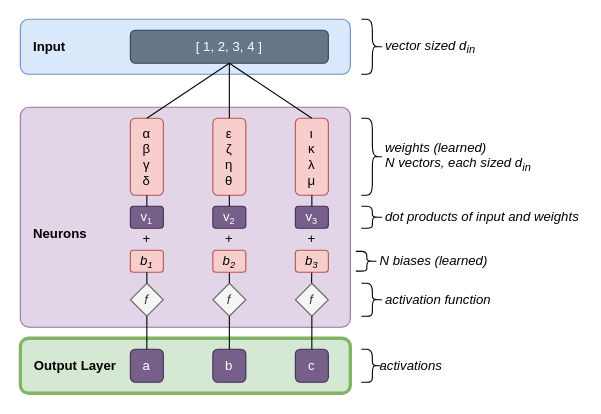
Above: book/images/ffn/overview.drawio in yshavit/llm-notes (draw.io), before the change. Source tidied: cells renumbered, new cells numbered last; positions are measured from the earlier drawing's top-left corner, leaving out a move shared by most shapes. Both pictures are drawn from the tidied source at 110%, with x=0, y=0 at pixel (20, 19).
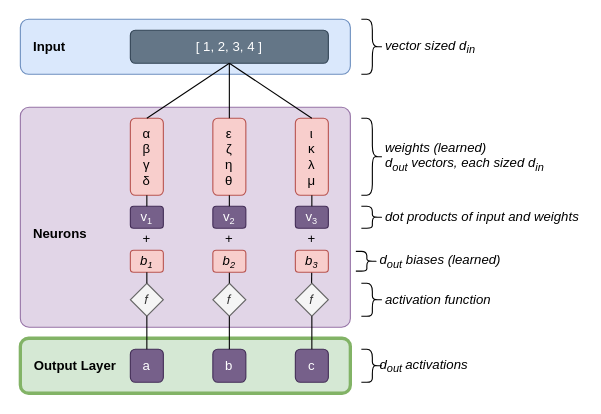
The same diagram, later.

The edit, as a diff of the source:
```diff
@@
-    <mxCell id="14" value="&lt;div style=&quot;&quot;&gt;&lt;i style=&quot;background-color: transparent; color: light-dark(rgb(0, 0, 0), rgb(255, 255, 255));&quot;&gt;activations&lt;/i&gt;&lt;/div&gt;" style="text;html=1;whiteSpace=wrap;strokeColor=none;fillColor=none;align=left;verticalAlign=middle;rounded=0;" parent="1" vertex="1">
+    <mxCell id="14" value="&lt;div style=&quot;&quot;&gt;&lt;i style=&quot;background-color: transparent; color: light-dark(rgb(0, 0, 0), rgb(255, 255, 255));&quot;&gt;d&lt;sub&gt;out&amp;nbsp;&lt;/sub&gt;activations&lt;/i&gt;&lt;/div&gt;" style="text;html=1;whiteSpace=wrap;strokeColor=none;fillColor=none;align=left;verticalAlign=middle;rounded=0;" parent="1" vertex="1">
       <mxGeometry x="325" y="300" width="140" height="30" as="geometry" />
     </mxCell>
@@
-    <mxCell id="29" value="&lt;div style=&quot;&quot;&gt;&lt;i&gt;N biases (learned)&lt;/i&gt;&lt;/div&gt;" style="text;html=1;whiteSpace=wrap;strokeColor=none;fillColor=none;align=left;verticalAlign=middle;rounded=0;" parent="1" vertex="1">
-      <mxGeometry x="325" y="205" width="110" height="30" as="geometry" />
+    <mxCell id="29" value="&lt;div style=&quot;&quot;&gt;&lt;i&gt;d&lt;sub&gt;out&lt;/sub&gt; biases (learned)&lt;/i&gt;&lt;/div&gt;" style="text;html=1;whiteSpace=wrap;strokeColor=none;fillColor=none;align=left;verticalAlign=middle;rounded=0;" parent="1" vertex="1">
+      <mxGeometry x="325" y="205" width="145" height="30" as="geometry" />
     </mxCell>
@@
-    <mxCell id="33" value="&lt;div style=&quot;&quot;&gt;&lt;i&gt;weights (learned)&lt;/i&gt;&lt;/div&gt;&lt;div style=&quot;&quot;&gt;&lt;i&gt;N vectors, each sized d&lt;sub&gt;in&lt;/sub&gt;&lt;/i&gt;&lt;/div&gt;" style="text;html=1;whiteSpace=wrap;strokeColor=none;fillColor=none;align=left;verticalAlign=middle;rounded=0;" parent="1" vertex="1">
-      <mxGeometry x="330" y="110" width="140" height="30" as="geometry" />
+    <mxCell id="33" value="&lt;div style=&quot;&quot;&gt;&lt;i&gt;weights (learned)&lt;/i&gt;&lt;/div&gt;&lt;div style=&quot;&quot;&gt;&lt;i&gt;d&lt;sub&gt;out&lt;/sub&gt; vectors, each sized d&lt;sub&gt;in&lt;/sub&gt;&lt;/i&gt;&lt;/div&gt;" style="text;html=1;whiteSpace=wrap;strokeColor=none;fillColor=none;align=left;verticalAlign=middle;rounded=0;" parent="1" vertex="1">
+      <mxGeometry x="330" y="110" width="170" height="30" as="geometry" />
     </mxCell>
```
